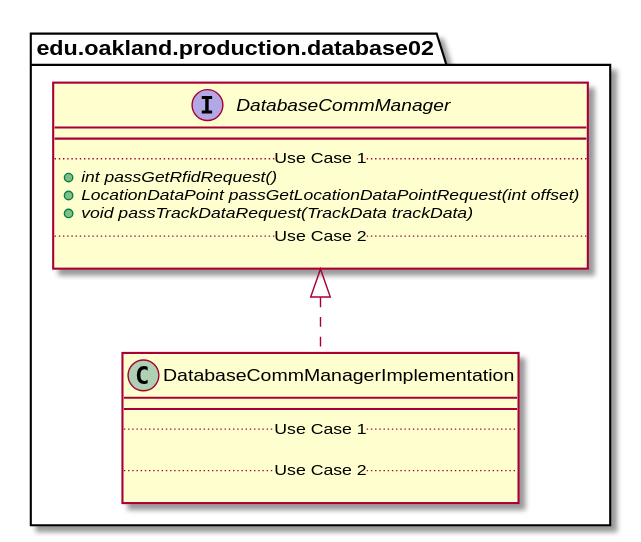
The PlantUML diagram docs/uml-class-diagrams/database/production/DatabaseCommManagerImplementation/DatabaseCommManagerImplementation_DirectDependencies.svg in andrewdimmer/csi-3370-software-project, before a commit. The source it was exported from:
```plantuml
@startuml DatabaseCommManagerImplementation_DirectDependencies


package edu.oakland.production.database02 {
    class DatabaseCommManagerImplementation {
        __
        .. Use Case 1 ..

        .. Use Case 2 ..

    }
}



package edu.oakland.production.database02 {
    interface DatabaseCommManager {
        __
        .. Use Case 1 ..
        {abstract} + int passGetRfidRequest()
        {abstract} + LocationDataPoint passGetLocationDataPointRequest(int offset)
        {abstract} + void passTrackDataRequest(TrackData trackData)
        .. Use Case 2 ..

    }
}

DatabaseCommManagerImplementation .up.|> DatabaseCommManager





@enduml
```
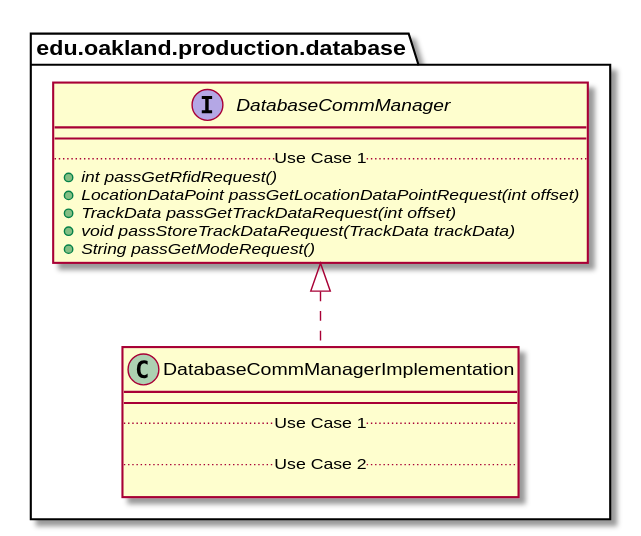
Later version of the same file.

What changed in the source:
```diff
@@ -1,7 +1,7 @@
 @startuml DatabaseCommManagerImplementation_DirectDependencies
 
 
-package edu.oakland.production.database02 {
+package edu.oakland.production.database {
     class DatabaseCommManagerImplementation {
         __
         .. Use Case 1 ..
@@ -13,15 +13,15 @@
 
 
 
-package edu.oakland.production.database02 {
+package edu.oakland.production.database {
     interface DatabaseCommManager {
         __
         .. Use Case 1 ..
         {abstract} + int passGetRfidRequest()
         {abstract} + LocationDataPoint passGetLocationDataPointRequest(int offset)
-        {abstract} + void passTrackDataRequest(TrackData trackData)
-        .. Use Case 2 ..
-
+        {abstract} + TrackData passGetTrackDataRequest(int offset)
+        {abstract} + void passStoreTrackDataRequest(TrackData trackData)
+        {abstract} + String passGetModeRequest()
     }
 }
 
```
